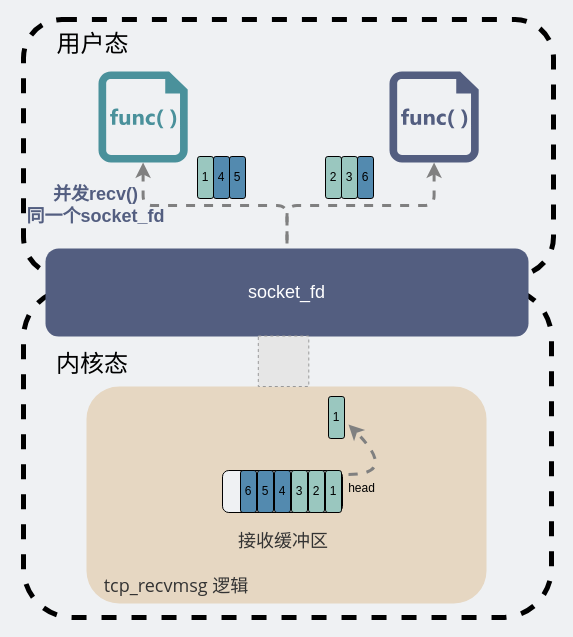
Before: network/并发读socket_fd导致数据异常.drawio in xiaobaiTech/image, a draw.io diagram. Source tidied: cells renumbered, new cells numbered last; positions are measured from the earlier drawing's top-left corner, leaving out a move shared by most shapes. Both pictures are drawn from the tidied source at 100%, with x=0, y=0 at pixel (17, 19). Pictures stored in the file or linked from it are replaced by grey dashed boxes.
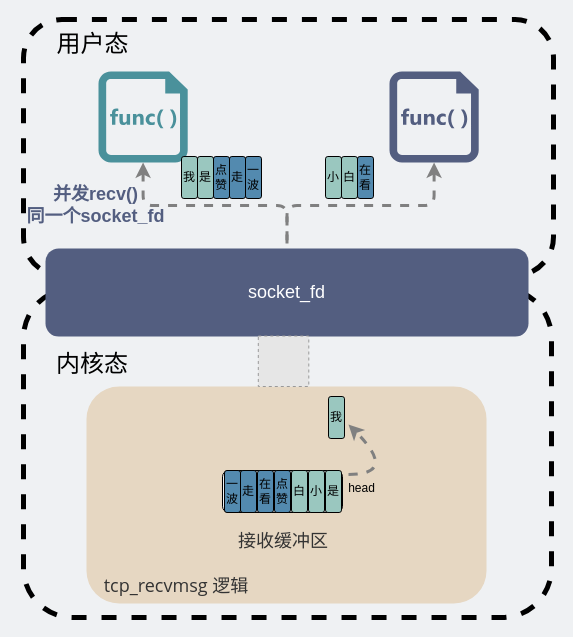
The same diagram, later.

Commit message:
更新并发读socket_fd导致数据异常.drawio

What changed in the source:
```diff
@@
-    <mxCell id="12" value="1" style="rounded=1;whiteSpace=wrap;html=1;fillColor=#9AC7BF;" parent="1" vertex="1">
+    <mxCell id="12" value="是" style="rounded=1;whiteSpace=wrap;html=1;fillColor=#9AC7BF;" parent="1" vertex="1">
       <mxGeometry x="308" y="451" width="16" height="42" as="geometry" />
     </mxCell>
@@
-    <mxCell id="14" value="2" style="rounded=1;whiteSpace=wrap;html=1;fillColor=#9AC7BF;" parent="1" vertex="1">
+    <mxCell id="14" value="小" style="rounded=1;whiteSpace=wrap;html=1;fillColor=#9AC7BF;" parent="1" vertex="1">
       <mxGeometry x="291" y="451" width="16" height="42" as="geometry" />
     </mxCell>
-    <mxCell id="15" value="3" style="rounded=1;whiteSpace=wrap;html=1;fillColor=#9AC7BF;" parent="1" vertex="1">
+    <mxCell id="15" value="白" style="rounded=1;whiteSpace=wrap;html=1;fillColor=#9AC7BF;" parent="1" vertex="1">
       <mxGeometry x="274" y="451" width="16" height="42" as="geometry" />
     </mxCell>
-    <mxCell id="16" value="1" style="rounded=1;whiteSpace=wrap;html=1;fillColor=#9AC7BF;" parent="1" vertex="1">
+    <mxCell id="16" value="我" style="rounded=1;whiteSpace=wrap;html=1;fillColor=#9AC7BF;" parent="1" vertex="1">
       <mxGeometry x="311" y="377" width="16" height="42" as="geometry" />
     </mxCell>
@@
-    <mxCell id="22" value="1" style="rounded=1;whiteSpace=wrap;html=1;fillColor=#9AC7BF;direction=west;" parent="1" vertex="1">
+    <mxCell id="22" value="是" style="rounded=1;whiteSpace=wrap;html=1;fillColor=#9AC7BF;direction=west;" parent="1" vertex="1">
       <mxGeometry x="180" y="137" width="16" height="42" as="geometry" />
     </mxCell>
-    <mxCell id="23" value="2" style="rounded=1;whiteSpace=wrap;html=1;fillColor=#9AC7BF;direction=west;" parent="1" vertex="1">
+    <mxCell id="23" value="小" style="rounded=1;whiteSpace=wrap;html=1;fillColor=#9AC7BF;direction=west;" parent="1" vertex="1">
       <mxGeometry x="308" y="137" width="16" height="42" as="geometry" />
     </mxCell>
-    <mxCell id="24" value="3" style="rounded=1;whiteSpace=wrap;html=1;fillColor=#9AC7BF;direction=west;" parent="1" vertex="1">
+    <mxCell id="24" value="白" style="rounded=1;whiteSpace=wrap;html=1;fillColor=#9AC7BF;direction=west;" parent="1" vertex="1">
       <mxGeometry x="324" y="137" width="16" height="42" as="geometry" />
     </mxCell>
-    <mxCell id="25" value="4" style="rounded=1;whiteSpace=wrap;html=1;fillColor=#538AAF;direction=west;" parent="1" vertex="1">
+    <mxCell id="25" value="点赞" style="rounded=1;whiteSpace=wrap;html=1;fillColor=#538AAF;direction=west;" parent="1" vertex="1">
       <mxGeometry x="196" y="137" width="16" height="42" as="geometry" />
     </mxCell>
-    <mxCell id="26" value="5" style="rounded=1;whiteSpace=wrap;html=1;fillColor=#538AAF;direction=west;" parent="1" vertex="1">
+    <mxCell id="26" value="走" style="rounded=1;whiteSpace=wrap;html=1;fillColor=#538AAF;direction=west;" parent="1" vertex="1">
       <mxGeometry x="212" y="137" width="16" height="42" as="geometry" />
     </mxCell>
-    <mxCell id="27" value="6" style="rounded=1;whiteSpace=wrap;html=1;fillColor=#538AAF;direction=west;" parent="1" vertex="1">
+    <mxCell id="27" value="在看" style="rounded=1;whiteSpace=wrap;html=1;fillColor=#538AAF;direction=west;" parent="1" vertex="1">
       <mxGeometry x="340" y="137" width="16" height="42" as="geometry" />
     </mxCell>
-    <mxCell id="28" value="4" style="rounded=1;whiteSpace=wrap;html=1;fillColor=#538AAF;" parent="1" vertex="1">
+    <mxCell id="28" value="点赞" style="rounded=1;whiteSpace=wrap;html=1;fillColor=#538AAF;" parent="1" vertex="1">
       <mxGeometry x="257" y="451" width="16" height="42" as="geometry" />
     </mxCell>
-    <mxCell id="29" value="5" style="rounded=1;whiteSpace=wrap;html=1;fillColor=#538AAF;" parent="1" vertex="1">
+    <mxCell id="29" value="在看" style="rounded=1;whiteSpace=wrap;html=1;fillColor=#538AAF;" parent="1" vertex="1">
       <mxGeometry x="240" y="451" width="16" height="42" as="geometry" />
     </mxCell>
-    <mxCell id="30" value="6" style="rounded=1;whiteSpace=wrap;html=1;fillColor=#538AAF;" parent="1" vertex="1">
+    <mxCell id="30" value="走" style="rounded=1;whiteSpace=wrap;html=1;fillColor=#538AAF;" parent="1" vertex="1">
       <mxGeometry x="223" y="451" width="16" height="42" as="geometry" />
     </mxCell>
@@
+    <mxCell id="32" value="一波" style="rounded=1;whiteSpace=wrap;html=1;fillColor=#538AAF;" parent="1" vertex="1">
+      <mxGeometry x="207" y="451" width="16" height="42" as="geometry" />
+    </mxCell>
+    <mxCell id="33" value="我" style="rounded=1;whiteSpace=wrap;html=1;fillColor=#9AC7BF;direction=west;" parent="1" vertex="1">
+      <mxGeometry x="164" y="137" width="16" height="42" as="geometry" />
+    </mxCell>
+    <mxCell id="34" value="一波" style="rounded=1;whiteSpace=wrap;html=1;fillColor=#538AAF;direction=west;" parent="1" vertex="1">
+      <mxGeometry x="228" y="137" width="16" height="42" as="geometry" />
+    </mxCell>
```
